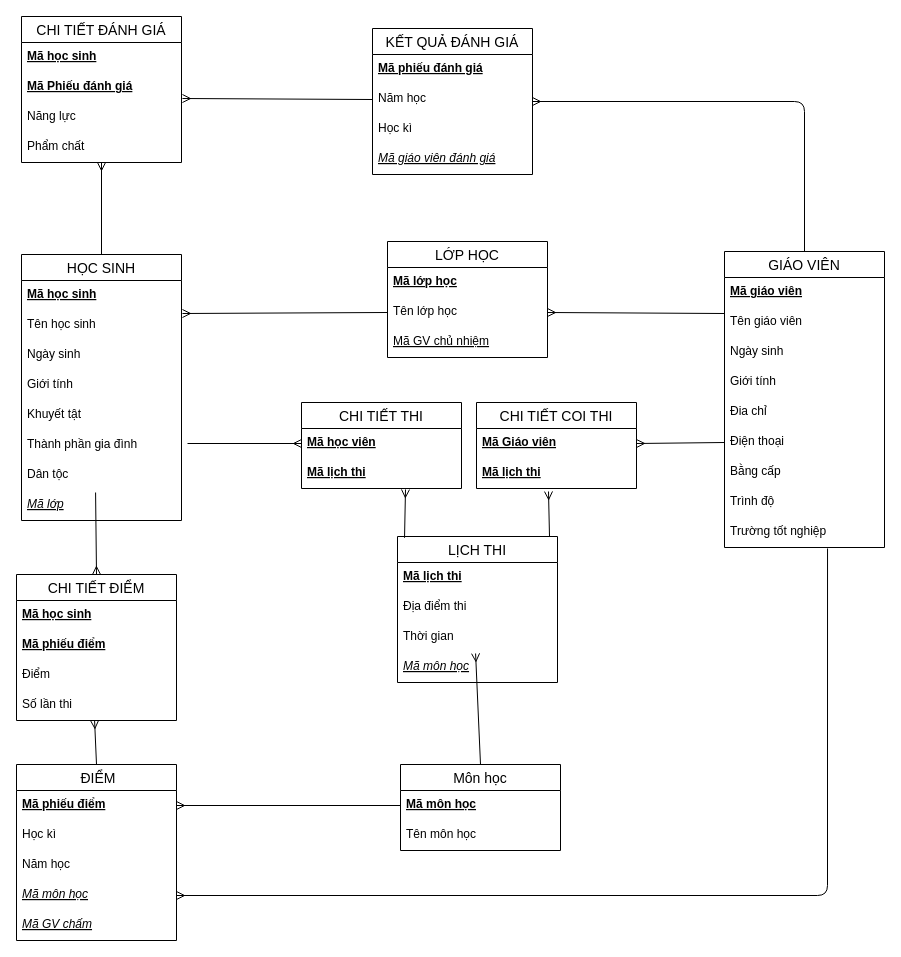
TLGKien/graph keeps this draw.io diagram as 3.2.2.drawio. Above is the earlier version. Source tidied: cells renumbered, new cells numbered last; positions are measured from the earlier drawing's top-left corner, leaving out a move shared by most shapes. Both pictures are drawn from the tidied source at 100%, with x=0, y=0 at pixel (16, 16).
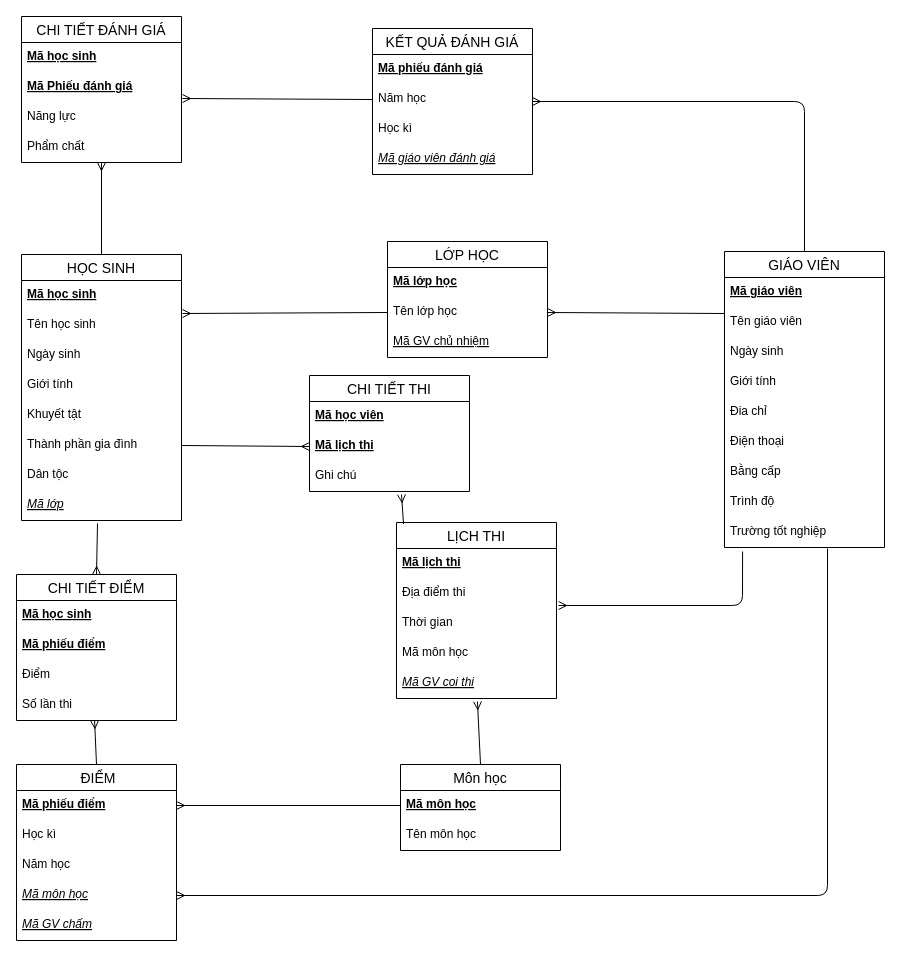
After the change.

Unchanged cells that the change refers to:
```xml
<mxCell id="8" value="Thành phần gia đình" style="text;strokeColor=none;fillColor=none;spacingLeft=4;spacingRight=4;overflow=hidden;points=[[0,0.5],[1,0.5]];portConstraint=eastwest;fontSize=12;" parent="2" vertex="1">
  <mxGeometry y="176" width="160" height="30" as="geometry" />
</mxCell>
<mxCell id="9" value="Dân tộc" style="text;strokeColor=none;fillColor=none;spacingLeft=4;spacingRight=4;overflow=hidden;points=[[0,0.5],[1,0.5]];portConstraint=eastwest;fontSize=12;" parent="2" vertex="1">
  <mxGeometry y="206" width="160" height="30" as="geometry" />
</mxCell>
<mxCell id="10" value="Mã lớp" style="text;strokeColor=none;fillColor=none;spacingLeft=4;spacingRight=4;overflow=hidden;points=[[0,0.5],[1,0.5]];portConstraint=eastwest;fontSize=12;fontStyle=6;" parent="2" vertex="1">
  <mxGeometry y="236" width="160" height="30" as="geometry" />
</mxCell>
<mxCell id="17" value="Điện thoại" style="text;strokeColor=none;fillColor=none;spacingLeft=4;spacingRight=4;overflow=hidden;points=[[0,0.5],[1,0.5]];portConstraint=eastwest;fontSize=12;" parent="11" vertex="1">
  <mxGeometry y="176" width="160" height="30" as="geometry" />
</mxCell>
<mxCell id="20" value="Trường tốt nghiệp" style="text;strokeColor=none;fillColor=none;spacingLeft=4;spacingRight=4;overflow=hidden;points=[[0,0.5],[1,0.5]];portConstraint=eastwest;fontSize=12;" parent="11" vertex="1">
  <mxGeometry y="266" width="160" height="30" as="geometry" />
</mxCell>
<mxCell id="25" value="Môn học" style="swimlane;fontStyle=0;horizontal=1;startSize=26;align=center;fontSize=14;" parent="1" vertex="1">
  <mxGeometry x="384" y="748" width="160" height="86" as="geometry" />
</mxCell>
<mxCell id="30" value="Địa điểm thi" style="text;strokeColor=none;fillColor=none;spacingLeft=4;spacingRight=4;overflow=hidden;points=[[0,0.5],[1,0.5]];portConstraint=eastwest;fontSize=12;" parent="28" vertex="1">
  <mxGeometry y="56" width="160" height="30" as="geometry" />
</mxCell>
<mxCell id="31" value="Thời gian" style="text;strokeColor=none;fillColor=none;spacingLeft=4;spacingRight=4;overflow=hidden;points=[[0,0.5],[1,0.5]];portConstraint=eastwest;fontSize=12;" parent="28" vertex="1">
  <mxGeometry y="86" width="160" height="30" as="geometry" />
</mxCell>
<mxCell id="37" value="Mã học viên" style="text;strokeColor=none;fillColor=none;spacingLeft=4;spacingRight=4;overflow=hidden;points=[[0,0.5],[1,0.5]];portConstraint=eastwest;fontSize=12;fontStyle=5;" parent="36" vertex="1">
  <mxGeometry y="26" width="160" height="30" as="geometry" />
</mxCell>
<mxCell id="38" value="Mã lịch thi" style="text;strokeColor=none;fillColor=none;spacingLeft=4;spacingRight=4;overflow=hidden;points=[[0,0.5],[1,0.5]];portConstraint=eastwest;fontSize=12;fontStyle=5;" parent="36" vertex="1">
  <mxGeometry y="56" width="160" height="30" as="geometry" />
</mxCell>
<mxCell id="45" value="CHI TIẾT ĐIỂM" style="swimlane;fontStyle=0;horizontal=1;startSize=26;align=center;fontSize=14;" parent="1" vertex="1">
  <mxGeometry y="558" width="160" height="146" as="geometry" />
</mxCell>
```

Change to the diagram source:
```diff
@@
     <mxCell id="28" value="LỊCH THI" style="swimlane;fontStyle=0;horizontal=1;startSize=26;align=center;fontSize=14;" parent="1" vertex="1">
-      <mxGeometry x="381" y="520" width="160" height="146" as="geometry" />
+      <mxGeometry x="380" y="506" width="160" height="176" as="geometry" />
     </mxCell>
@@
+    <mxCell id="74" value="Mã môn học" style="text;strokeColor=none;fillColor=none;spacingLeft=4;spacingRight=4;overflow=hidden;fontSize=12;" parent="28" vertex="1">
+      <mxGeometry y="116" width="160" height="30" as="geometry" />
+    </mxCell>
-    <mxCell id="32" value="Mã môn học" style="text;strokeColor=none;fillColor=none;spacingLeft=4;spacingRight=4;overflow=hidden;points=[[0,0.5],[1,0.5]];portConstraint=eastwest;fontSize=12;fontStyle=6;" parent="28" vertex="1">
-      <mxGeometry y="116" width="160" height="30" as="geometry" />
+    <mxCell id="32" value="Mã GV coi thi" style="text;strokeColor=none;fillColor=none;spacingLeft=4;spacingRight=4;overflow=hidden;points=[[0,0.5],[1,0.5]];portConstraint=eastwest;fontSize=12;fontStyle=6;" parent="28" vertex="1">
+      <mxGeometry y="146" width="160" height="30" as="geometry" />
     </mxCell>
-    <mxCell id="33" value="CHI TIẾT COI THI" style="swimlane;fontStyle=0;horizontal=1;startSize=26;align=center;fontSize=14;" parent="1" vertex="1">
-      <mxGeometry x="460" y="386" width="160" height="86" as="geometry" />
-    </mxCell>
-    <mxCell id="34" value="Mã Giáo viên" style="text;strokeColor=none;fillColor=none;spacingLeft=4;spacingRight=4;overflow=hidden;points=[[0,0.5],[1,0.5]];portConstraint=eastwest;fontSize=12;fontStyle=5;" parent="33" vertex="1">
-      <mxGeometry y="26" width="160" height="30" as="geometry" />
-    </mxCell>
-    <mxCell id="35" value="Mã lịch thi" style="text;strokeColor=none;fillColor=none;spacingLeft=4;spacingRight=4;overflow=hidden;points=[[0,0.5],[1,0.5]];portConstraint=eastwest;fontSize=12;fontStyle=5;" parent="33" vertex="1">
-      <mxGeometry y="56" width="160" height="30" as="geometry" />
-    </mxCell>
     <mxCell id="36" value="CHI TIẾT THI" style="swimlane;fontStyle=0;horizontal=1;startSize=26;align=center;fontSize=14;" parent="1" vertex="1">
-      <mxGeometry x="285" y="386" width="160" height="86" as="geometry" />
+      <mxGeometry x="293" y="359" width="160" height="116" as="geometry" />
     </mxCell>
@@
+    <mxCell id="75" value="Ghi chú" style="text;strokeColor=none;fillColor=none;spacingLeft=4;spacingRight=4;overflow=hidden;points=[[0,0.5],[1,0.5]];portConstraint=eastwest;fontSize=12;fontStyle=0;" parent="36" vertex="1">
+      <mxGeometry y="86" width="160" height="30" as="geometry" />
+    </mxCell>
@@
-    <mxCell id="63" style="fontSize=12;html=1;endArrow=ERmany;exitX=0.463;exitY=1.067;exitDx=0;exitDy=0;entryX=0.5;entryY=0;entryDx=0;entryDy=0;exitPerimeter=0;" parent="1" edge="1" source="9" target="45">
+    <mxCell id="63" style="fontSize=12;html=1;endArrow=ERmany;entryX=0.5;entryY=0;entryDx=0;entryDy=0;exitX=0.475;exitY=1.1;exitDx=0;exitDy=0;exitPerimeter=0;" parent="1" edge="1" source="10" target="45">
       <mxGeometry relative="1" as="geometry" />
     </mxCell>
@@
-    <mxCell id="67" style="fontSize=12;html=1;endArrow=ERmany;exitX=0.5;exitY=0;exitDx=0;exitDy=0;entryX=0.488;entryY=1.033;entryDx=0;entryDy=0;entryPerimeter=0;" parent="1" edge="1" source="25" target="31">
+    <mxCell id="67" style="fontSize=12;html=1;endArrow=ERmany;exitX=0.5;exitY=0;exitDx=0;exitDy=0;entryX=0.506;entryY=1.1;entryDx=0;entryDy=0;entryPerimeter=0;" parent="1" edge="1" source="25" target="32">
       <mxGeometry relative="1" as="geometry" />
     </mxCell>
@@
-    <mxCell id="70" style="fontSize=12;html=1;endArrow=ERmany;entryX=0;entryY=0.5;entryDx=0;entryDy=0;" parent="1" edge="1" target="37">
-      <mxGeometry relative="1" as="geometry">
-        <mxPoint x="171" y="427" as="sourcePoint" />
-      </mxGeometry>
+    <mxCell id="70" style="fontSize=12;html=1;endArrow=ERmany;entryX=0;entryY=0.5;entryDx=0;entryDy=0;exitX=1;exitY=0.5;exitDx=0;exitDy=0;" parent="1" edge="1" source="8" target="38">
+      <mxGeometry relative="1" as="geometry" />
     </mxCell>
-    <mxCell id="71" style="fontSize=12;html=1;endArrow=ERmany;exitX=0.044;exitY=0.009;exitDx=0;exitDy=0;entryX=0.65;entryY=1.033;entryDx=0;entryDy=0;entryPerimeter=0;exitPerimeter=0;" parent="1" edge="1" source="28" target="38">
+    <mxCell id="71" style="fontSize=12;html=1;endArrow=ERmany;exitX=0.044;exitY=0.009;exitDx=0;exitDy=0;entryX=0.575;entryY=1.1;entryDx=0;entryDy=0;entryPerimeter=0;exitPerimeter=0;" parent="1" edge="1" source="28" target="75">
       <mxGeometry relative="1" as="geometry" />
     </mxCell>
-    <mxCell id="72" style="fontSize=12;html=1;endArrow=ERmany;exitX=0.95;exitY=0;exitDx=0;exitDy=0;entryX=0.45;entryY=1.1;entryDx=0;entryDy=0;entryPerimeter=0;exitPerimeter=0;" parent="1" edge="1" source="28" target="35">
-      <mxGeometry relative="1" as="geometry" />
-    </mxCell>
-    <mxCell id="73" style="fontSize=12;html=1;endArrow=ERmany;exitX=0;exitY=0.5;exitDx=0;exitDy=0;entryX=1;entryY=0.5;entryDx=0;entryDy=0;" parent="1" edge="1" source="17" target="34">
-      <mxGeometry relative="1" as="geometry" />
-    </mxCell>
+    <mxCell id="76" style="fontSize=12;html=1;endArrow=ERmany;entryX=1.013;entryY=0.9;entryDx=0;entryDy=0;exitX=0.113;exitY=1.133;exitDx=0;exitDy=0;exitPerimeter=0;entryPerimeter=0;" parent="1" edge="1" source="20" target="30">
+      <mxGeometry relative="1" as="geometry">
+        <Array as="points">
+          <mxPoint x="726" y="589" />
+        </Array>
+      </mxGeometry>
+    </mxCell>
```
